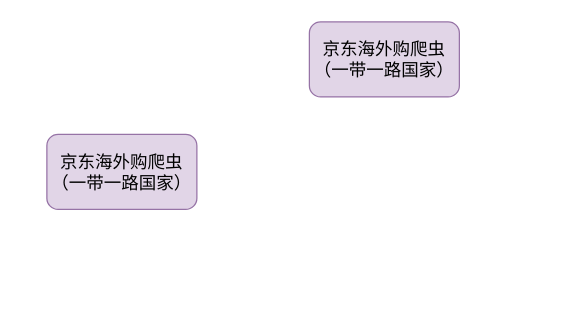
The draw.io diagram FLASK/一带一路大数据.drawio in redcomet88/DRAW, before the edit. Source tidied: cells renumbered, new cells numbered last; positions are measured from the earlier drawing's top-left corner, leaving out a move shared by most shapes. Both pictures are drawn from the tidied source at 125%, with x=0, y=0 at pixel (46, 21).
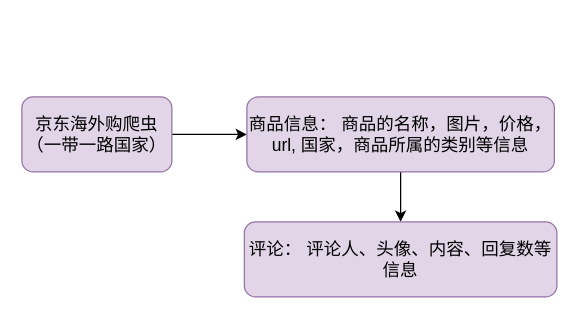
After the change.

Commit message (it also covers changes not shown here):
更新一带一路大数据.drawio

What changed in the source:
```diff
@@
 <mxGraphModel>
   <root>
     <mxCell id="0" />
     <mxCell id="1" parent="0" />
+    <mxCell id="4" style="edgeStyle=orthogonalEdgeStyle;rounded=0;jettySize=auto;html=1;exitX=1;exitY=0.5;exitDx=0;exitDy=0;entryX=0;entryY=0.5;entryDx=0;entryDy=0;fontSize=14;" parent="1" edge="1" source="2" target="3">
+      <mxGeometry relative="1" as="geometry" />
+    </mxCell>
     <mxCell id="2" value="京东海外购爬虫&lt;br style=&quot;font-size: 14px;&quot;&gt;（一带一路国家）" style="rounded=1;whiteSpace=wrap;html=1;fillColor=#e1d5e7;strokeColor=#9673a6;fontSize=14;" parent="1" vertex="1">
-      <mxGeometry y="90" width="120" height="60" as="geometry" />
+      <mxGeometry x="-20" y="60" width="120" height="60" as="geometry" />
     </mxCell>
+    <mxCell id="5" style="edgeStyle=orthogonalEdgeStyle;rounded=0;jettySize=auto;html=1;exitX=0.5;exitY=1;exitDx=0;exitDy=0;entryX=0.5;entryY=0;entryDx=0;entryDy=0;fontSize=14;" parent="1" edge="1" source="3" target="6">
+      <mxGeometry relative="1" as="geometry" />
+    </mxCell>
-    <mxCell id="3" value="京东海外购爬虫&lt;br style=&quot;font-size: 14px;&quot;&gt;（一带一路国家）" style="rounded=1;whiteSpace=wrap;html=1;fillColor=#e1d5e7;strokeColor=#9673a6;fontSize=14;" parent="1" vertex="1">
-      <mxGeometry x="210" width="120" height="60" as="geometry" />
+    <mxCell id="3" value="商品信息： 商品的名称，图片，价格，url, 国家，商品所属的类别等信息" style="rounded=1;whiteSpace=wrap;html=1;fillColor=#e1d5e7;strokeColor=#9673a6;fontSize=14;" parent="1" vertex="1">
+      <mxGeometry x="160" y="60" width="246" height="60" as="geometry" />
     </mxCell>
+    <mxCell id="6" value="评论： 评论人、头像、内容、回复数等信息" style="rounded=1;whiteSpace=wrap;html=1;fillColor=#e1d5e7;strokeColor=#9673a6;fontSize=14;" parent="1" vertex="1">
+      <mxGeometry x="158" y="160" width="250" height="60" as="geometry" />
+    </mxCell>
   </root>
 </mxGraphModel>
```
